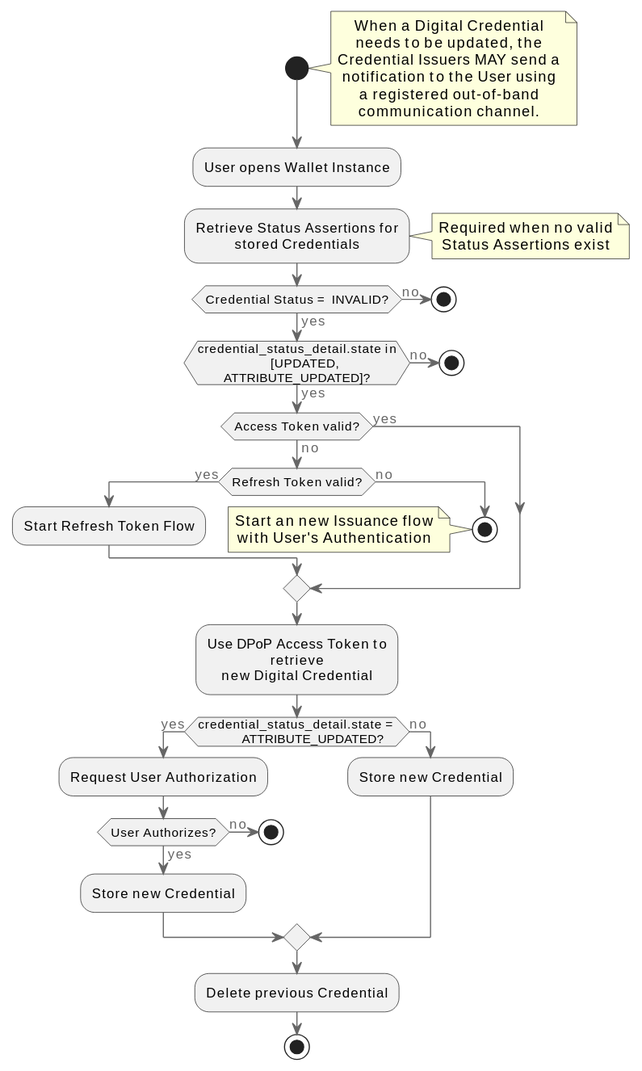
The PlantUML diagram images/Re-Issuance-Flow.svg in fmarino-ipzs/eid-it-wallet-docs, before a commit.
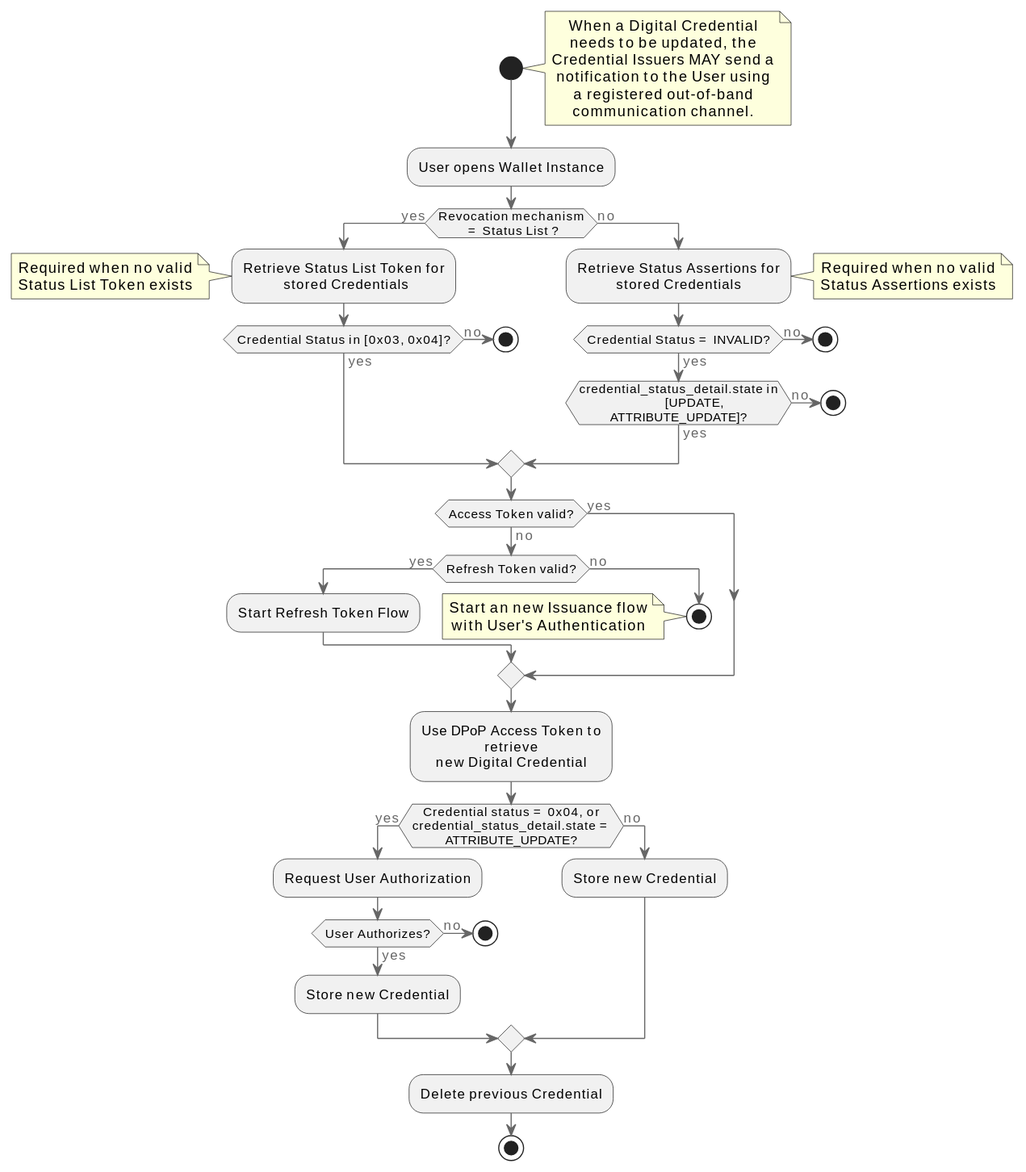
After the change.

What changed in the source:
```diff
@@ -10,17 +10,38 @@
 
 :User opens Wallet Instance;
 
+if (Revocation mechanism \n = Status List ?) then (yes)
 
-:Retrieve Status Assertions for
-stored Credentials;
-note right
-Required when no valid
-Status Assertions exist
-end note
+   :Retrieve Status List Token for
+    stored Credentials;
+    note left
+    Required when no valid
+    Status List Token exists
+    end note
+    if (Credential Status in [0x03, 0x04]?) then (yes)
+     else (no)
+             stop
+     endif
+    else (no)
 
-if (Credential Status = INVALID?) then (yes)
-    if (credential_status_detail.state in
-    [UPDATED, ATTRIBUTE_UPDATED]?) then (yes)
+    :Retrieve Status Assertions for
+    stored Credentials;
+    note right
+    Required when no valid
+    Status Assertions exists
+    end note
+
+    if (Credential Status = INVALID?) then (yes)
+        if (credential_status_detail.state in
+        [UPDATE, ATTRIBUTE_UPDATE]?) then (yes)
+        else (no)
+             stop
+        endif
+     else (no)
+             stop
+     endif
+endif
+
         if (Access Token valid?) then (yes)
 
         else (no)
@@ -37,8 +58,7 @@
 
         :Use DPoP Access Token to retrieve
         new Digital Credential;
-        if (credential_status_detail.state =
-        ATTRIBUTE_UPDATED?) then (yes)
+        if (Credential status = 0x04, or \ncredential_status_detail.state = ATTRIBUTE_UPDATE?) then (yes)
             :Request User Authorization;
             if (User Authorizes?) then (yes)
                 :Store new Credential;
@@ -51,12 +71,5 @@
 
         :Delete previous Credential;
 
-    else (no)
-        stop
-    endif
-else (no)
-    stop
-endif
-
 stop
 @enduml
```
